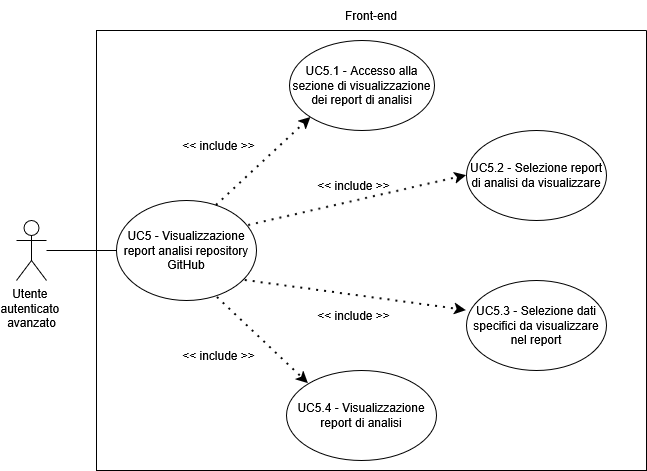
SkarabGroup/DocumentazioneProgetto keeps this draw.io diagram as assets/diagrams/UC5.png. Above is the earlier version. Source tidied: cells renumbered, new cells last; positions are measured from the earlier drawing's top-left corner, leaving out a move shared by most shapes.
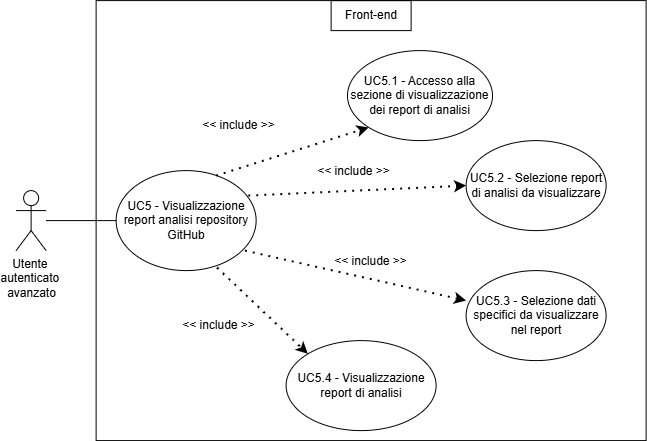
Later version of the same file.

What changed in the source:
```diff
@@ -5,53 +5,53 @@
     <mxCell id="2" value="&lt;div&gt;Utente&amp;nbsp;&lt;/div&gt;&lt;div&gt;autenticato&amp;nbsp;&lt;/div&gt;&lt;div&gt;avanzato&lt;/div&gt;" style="shape=umlActor;verticalLabelPosition=bottom;verticalAlign=top;html=1;outlineConnect=0;" parent="1" vertex="1">
       <mxGeometry y="220" width="30" height="60" as="geometry" />
     </mxCell>
-    <mxCell id="3" style="swimlane;startSize=0;" parent="1" vertex="1">
-      <mxGeometry x="80" y="30" width="550" height="440" as="geometry" />
-    </mxCell>
+    <mxCell id="19" style="swimlane;startSize=0;" parent="1" vertex="1">
+      <mxGeometry x="80" y="30" width="550" height="440" as="geometry" />
+    </mxCell>
-    <mxCell id="4" value="UC5 - Visualizzazione report analisi repository GitHub" style="ellipse;whiteSpace=wrap;html=1;" parent="3" vertex="1">
+    <mxCell id="4" value="UC5 - Visualizzazione report analisi repository GitHub" style="ellipse;whiteSpace=wrap;html=1;" parent="19" vertex="1">
       <mxGeometry x="20" y="170" width="140" height="100" as="geometry" />
     </mxCell>
-    <mxCell id="5" value="UC5.1 - Accesso alla sezione di visualizzazione dei report di analisi" style="ellipse;whiteSpace=wrap;html=1;" parent="3" vertex="1">
-      <mxGeometry x="193" y="10" width="145" height="90" as="geometry" />
+    <mxCell id="5" value="UC5.1 - Accesso alla sezione di visualizzazione dei report di analisi" style="ellipse;whiteSpace=wrap;html=1;" parent="19" vertex="1">
+      <mxGeometry x="251.4" y="50" width="145" height="90" as="geometry" />
     </mxCell>
-    <mxCell id="6" style="endArrow=classic;dashed=1;html=1;dashPattern=1 3;strokeWidth=2;rounded=0;entryX=0;entryY=1;entryDx=0;entryDy=0;strokeColor=default;curved=0;endFill=1;endSize=6;exitX=0.714;exitY=0.05;exitDx=0;exitDy=0;exitPerimeter=0;" parent="3" edge="1" source="4" target="5">
+    <mxCell id="6" style="endArrow=classic;dashed=1;html=1;dashPattern=1 3;strokeWidth=2;rounded=0;entryX=0;entryY=1;entryDx=0;entryDy=0;strokeColor=default;curved=0;endFill=1;endSize=6;exitX=0.714;exitY=0.05;exitDx=0;exitDy=0;exitPerimeter=0;" parent="19" edge="1" source="4" target="5">
       <mxGeometry relative="1" as="geometry" />
     </mxCell>
-    <mxCell id="7" value="&amp;lt;&amp;lt; include &amp;gt;&amp;gt;" style="text;html=1;whiteSpace=wrap;strokeColor=none;fillColor=none;align=center;verticalAlign=middle;rounded=0;" parent="3" vertex="1">
-      <mxGeometry x="210" y="140" width="95" height="30" as="geometry" />
-    </mxCell>
+    <mxCell id="20" value="&amp;lt;&amp;lt; include &amp;gt;&amp;gt;" style="text;html=1;whiteSpace=wrap;strokeColor=none;fillColor=none;align=center;verticalAlign=middle;rounded=0;" parent="19" vertex="1">
+      <mxGeometry x="210" y="155.9" width="95" height="30" as="geometry" />
+    </mxCell>
-    <mxCell id="8" value="UC5.2 - Selezione report di analisi da visualizzare" style="ellipse;whiteSpace=wrap;html=1;" parent="3" vertex="1">
-      <mxGeometry x="370" y="100" width="140" height="90" as="geometry" />
+    <mxCell id="8" value="UC5.2 - Selezione report di analisi da visualizzare" style="ellipse;whiteSpace=wrap;html=1;" parent="19" vertex="1">
+      <mxGeometry x="370" y="140" width="140" height="90" as="geometry" />
     </mxCell>
-    <mxCell id="9" style="endArrow=classic;dashed=1;html=1;dashPattern=1 3;strokeWidth=2;rounded=0;entryX=0;entryY=0.5;entryDx=0;entryDy=0;exitX=0.944;exitY=0.25;exitDx=0;exitDy=0;strokeColor=default;curved=0;endFill=1;endSize=6;exitPerimeter=0;" parent="3" edge="1" source="4" target="8">
+    <mxCell id="9" style="endArrow=classic;dashed=1;html=1;dashPattern=1 3;strokeWidth=2;rounded=0;entryX=0;entryY=0.5;entryDx=0;entryDy=0;exitX=0.944;exitY=0.25;exitDx=0;exitDy=0;strokeColor=default;curved=0;endFill=1;endSize=6;exitPerimeter=0;" parent="19" edge="1" source="4" target="8">
       <mxGeometry relative="1" as="geometry" />
     </mxCell>
-    <mxCell id="10" value="&amp;lt;&amp;lt; include &amp;gt;&amp;gt;" style="text;html=1;whiteSpace=wrap;strokeColor=none;fillColor=none;align=center;verticalAlign=middle;rounded=0;" parent="3" vertex="1">
-      <mxGeometry x="210" y="270" width="95" height="30" as="geometry" />
-    </mxCell>
+    <mxCell id="21" value="&amp;lt;&amp;lt; include &amp;gt;&amp;gt;" style="text;html=1;whiteSpace=wrap;strokeColor=none;fillColor=none;align=center;verticalAlign=middle;rounded=0;" parent="19" vertex="1">
+      <mxGeometry x="227.5" y="245.9" width="95" height="30" as="geometry" />
+    </mxCell>
-    <mxCell id="11" value="UC5.3 - Selezione dati specifici da visualizzare nel report" style="ellipse;whiteSpace=wrap;html=1;" parent="3" vertex="1">
-      <mxGeometry x="370" y="250" width="140" height="90" as="geometry" />
+    <mxCell id="11" value="UC5.3 - Selezione dati specifici da visualizzare nel report" style="ellipse;whiteSpace=wrap;html=1;" parent="19" vertex="1">
+      <mxGeometry x="370" y="270" width="140" height="90" as="geometry" />
     </mxCell>
-    <mxCell id="12" style="endArrow=classic;dashed=1;html=1;dashPattern=1 3;strokeWidth=2;rounded=0;entryX=0;entryY=0.333;entryDx=0;entryDy=0;exitX=0.92;exitY=0.8;exitDx=0;exitDy=0;strokeColor=default;curved=0;endFill=1;endSize=6;entryPerimeter=0;exitPerimeter=0;" parent="3" edge="1" source="4" target="11">
+    <mxCell id="12" style="endArrow=classic;dashed=1;html=1;dashPattern=1 3;strokeWidth=2;rounded=0;entryX=0;entryY=0.333;entryDx=0;entryDy=0;exitX=0.92;exitY=0.8;exitDx=0;exitDy=0;strokeColor=default;curved=0;endFill=1;endSize=6;entryPerimeter=0;exitPerimeter=0;" parent="19" edge="1" source="4" target="11">
       <mxGeometry relative="1" as="geometry" />
     </mxCell>
-    <mxCell id="13" value="&amp;lt;&amp;lt; include &amp;gt;&amp;gt;" style="text;html=1;whiteSpace=wrap;strokeColor=none;fillColor=none;align=center;verticalAlign=middle;rounded=0;" parent="3" vertex="1">
-      <mxGeometry x="75" y="100" width="95" height="30" as="geometry" />
-    </mxCell>
+    <mxCell id="22" value="&amp;lt;&amp;lt; include &amp;gt;&amp;gt;" style="text;html=1;whiteSpace=wrap;strokeColor=none;fillColor=none;align=center;verticalAlign=middle;rounded=0;" parent="19" vertex="1">
+      <mxGeometry x="95" y="110" width="95" height="30" as="geometry" />
+    </mxCell>
-    <mxCell id="14" value="&amp;lt;&amp;lt; include &amp;gt;&amp;gt;" style="text;html=1;whiteSpace=wrap;strokeColor=none;fillColor=none;align=center;verticalAlign=middle;rounded=0;" parent="3" vertex="1">
+    <mxCell id="14" value="&amp;lt;&amp;lt; include &amp;gt;&amp;gt;" style="text;html=1;whiteSpace=wrap;strokeColor=none;fillColor=none;align=center;verticalAlign=middle;rounded=0;" parent="19" vertex="1">
       <mxGeometry x="75" y="310" width="95" height="30" as="geometry" />
     </mxCell>
-    <mxCell id="15" value="UC5.4 - Visualizzazione report di analisi" style="ellipse;whiteSpace=wrap;html=1;" parent="3" vertex="1">
+    <mxCell id="15" value="UC5.4 - Visualizzazione report di analisi" style="ellipse;whiteSpace=wrap;html=1;" parent="19" vertex="1">
       <mxGeometry x="190" y="340" width="150" height="90" as="geometry" />
     </mxCell>
-    <mxCell id="16" style="endArrow=classic;dashed=1;html=1;dashPattern=1 3;strokeWidth=2;rounded=0;entryX=0;entryY=0;entryDx=0;entryDy=0;strokeColor=default;curved=0;endFill=1;endSize=6;exitX=0.721;exitY=0.97;exitDx=0;exitDy=0;exitPerimeter=0;" parent="3" edge="1" source="4" target="15">
+    <mxCell id="16" style="endArrow=classic;dashed=1;html=1;dashPattern=1 3;strokeWidth=2;rounded=0;entryX=0;entryY=0;entryDx=0;entryDy=0;strokeColor=default;curved=0;endFill=1;endSize=6;exitX=0.721;exitY=0.97;exitDx=0;exitDy=0;exitPerimeter=0;" parent="19" edge="1" source="4" target="15">
       <mxGeometry relative="1" as="geometry" />
     </mxCell>
+    <mxCell id="18" value="Front-end" style="text;html=1;whiteSpace=wrap;strokeColor=default;fillColor=none;align=center;verticalAlign=middle;rounded=0;perimeterSpacing=1;" parent="19" vertex="1">
+      <mxGeometry x="235" width="80" height="30" as="geometry" />
+    </mxCell>
     <mxCell id="17" style="endArrow=none;html=1;rounded=0;entryX=0;entryY=0.5;entryDx=0;entryDy=0;" parent="1" edge="1" source="2" target="4">
       <mxGeometry relative="1" as="geometry" />
     </mxCell>
-    <mxCell id="18" value="Front-end" style="text;html=1;whiteSpace=wrap;strokeColor=none;fillColor=none;align=center;verticalAlign=middle;rounded=0;" parent="1" vertex="1">
-      <mxGeometry x="315" width="80" height="30" as="geometry" />
-    </mxCell>
   </root>
 </mxGraphModel>
```
